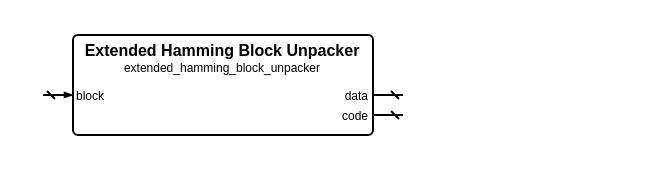
Before: sources/error_control/extended_hamming/extended_hamming_block_unpacker.symbol.drawio in Louis-DR/OmniCores-BuildingBlocks, a draw.io diagram. Source tidied: cells renumbered, new cells numbered last; positions are measured from the earlier drawing's top-left corner, leaving out a move shared by most shapes. Both pictures are drawn from the tidied source at 200%, with x=0, y=0 at pixel (42, 34).
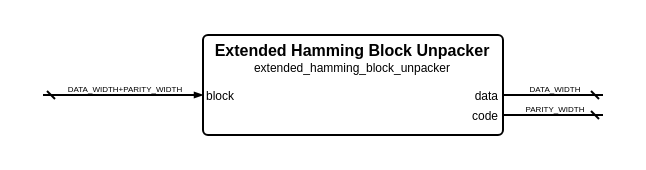
After the change.

Change to the diagram source:
```diff
@@
 <mxGraphModel>
   <root>
     <mxCell id="0" />
     <mxCell id="1" parent="0" />
     <mxCell id="2" style="group;" parent="1" vertex="1">
-      <mxGeometry width="180" height="50" as="geometry" />
+      <mxGeometry width="280" height="50" as="geometry" />
     </mxCell>
     <mxCell id="3" style="rounded=1;arcSize=5;fillColor=none;strokeWidth=1;strokeColor=black;whiteSpace=wrap;html=1;" parent="2" vertex="1">
-      <mxGeometry x="15" width="150" height="50" as="geometry" />
+      <mxGeometry x="80" width="150" height="50" as="geometry" />
     </mxCell>
     <mxCell id="4" value="Extended Hamming Block Unpacker" style="text;html=1;align=center;verticalAlign=middle;whiteSpace=wrap;rounded=0;fontSize=8;fontStyle=1;fontColor=black;" parent="2" vertex="1">
-      <mxGeometry x="15" y="7" width="150" as="geometry" />
+      <mxGeometry x="80" y="7" width="150" as="geometry" />
     </mxCell>
     <mxCell id="5" value="extended_hamming_block_unpacker" style="text;html=1;align=center;verticalAlign=middle;whiteSpace=wrap;rounded=0;fontSize=6;fontStyle=0;fontColor=black;" parent="2" vertex="1">
-      <mxGeometry x="15" y="16" width="150" as="geometry" />
+      <mxGeometry x="80" y="16" width="150" as="geometry" />
     </mxCell>
     <mxCell id="6" value="block" style="text;html=1;align=left;verticalAlign=middle;whiteSpace=wrap;rounded=0;fontSize=6;fontStyle=0;fontColor=black;" parent="2" vertex="1">
-      <mxGeometry x="15" y="30" width="150" as="geometry" />
+      <mxGeometry x="80" y="30" width="150" as="geometry" />
     </mxCell>
     <mxCell id="7" style="html=1;rounded=1;strokeWidth=1;strokeColor=black;startFill=0;startSize=2;startArrow=dash;endFill=1;endSize=2;endArrow=blockThin;sourcePerimeterSpacing=0;" parent="2" edge="1">
       <mxGeometry relative="1" as="geometry">
         <mxPoint y="30" as="sourcePoint" />
-        <mxPoint x="15" y="30" as="targetPoint" />
+        <mxPoint x="80" y="30" as="targetPoint" />
       </mxGeometry>
     </mxCell>
+    <mxCell id="12" value="DATA_WIDTH+PARITY_WIDTH" style="text;html=1;align=center;verticalAlign=middle;whiteSpace=nowrap;rounded=0;fontSize=4;fontStyle=0;fontColor=black;" parent="2" vertex="1">
+      <mxGeometry x="40" y="27" as="geometry" />
+    </mxCell>
     <mxCell id="8" value="data" style="text;html=1;align=right;verticalAlign=middle;whiteSpace=wrap;rounded=0;fontSize=6;fontStyle=0;fontColor=black;" parent="2" vertex="1">
-      <mxGeometry x="15" y="30" width="150" as="geometry" />
+      <mxGeometry x="80" y="30" width="150" as="geometry" />
     </mxCell>
     <mxCell id="9" style="html=1;rounded=1;strokeWidth=1;strokeColor=black;startFill=0;startSize=2;startArrow=dash;endFill=1;endSize=2;endArrow=none;sourcePerimeterSpacing=0;" parent="2" edge="1">
       <mxGeometry relative="1" as="geometry">
-        <mxPoint x="180" y="30" as="sourcePoint" />
-        <mxPoint x="165" y="30" as="targetPoint" />
+        <mxPoint x="280" y="30" as="sourcePoint" />
+        <mxPoint x="230" y="30" as="targetPoint" />
       </mxGeometry>
     </mxCell>
+    <mxCell id="13" value="DATA_WIDTH" style="text;html=1;align=center;verticalAlign=middle;whiteSpace=nowrap;rounded=0;fontSize=4;fontStyle=0;fontColor=black;" parent="2" vertex="1">
+      <mxGeometry x="255" y="27" as="geometry" />
+    </mxCell>
     <mxCell id="10" value="code" style="text;html=1;align=right;verticalAlign=middle;whiteSpace=wrap;rounded=0;fontSize=6;fontStyle=0;fontColor=black;" parent="2" vertex="1">
-      <mxGeometry x="15" y="40" width="150" as="geometry" />
+      <mxGeometry x="80" y="40" width="150" as="geometry" />
     </mxCell>
     <mxCell id="11" style="html=1;rounded=1;strokeWidth=1;strokeColor=black;startFill=0;startSize=2;startArrow=dash;endFill=1;endSize=2;endArrow=none;sourcePerimeterSpacing=0;" parent="2" edge="1">
       <mxGeometry relative="1" as="geometry">
-        <mxPoint x="180" y="40" as="sourcePoint" />
-        <mxPoint x="165" y="40" as="targetPoint" />
+        <mxPoint x="280" y="40" as="sourcePoint" />
+        <mxPoint x="230" y="40" as="targetPoint" />
       </mxGeometry>
     </mxCell>
+    <mxCell id="14" value="PARITY_WIDTH" style="text;html=1;align=center;verticalAlign=middle;whiteSpace=nowrap;rounded=0;fontSize=4;fontStyle=0;fontColor=black;" parent="2" vertex="1">
+      <mxGeometry x="255" y="37" as="geometry" />
+    </mxCell>
   </root>
 </mxGraphModel>
```
